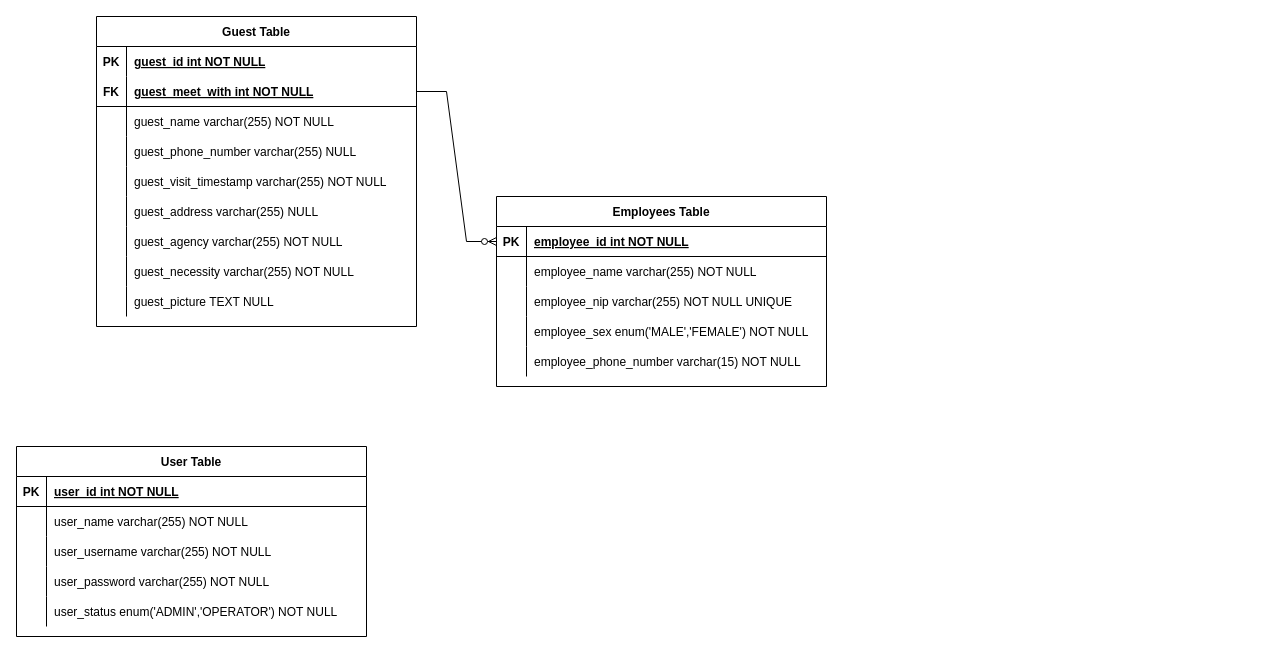
Before: app/database/Database Scheme.drawio in yafizh/BPTP-Guest-Book, a draw.io diagram. Source tidied: cells renumbered, new cells numbered last; positions are measured from the earlier drawing's top-left corner, leaving out a move shared by most shapes. Both pictures are drawn from the tidied source at 100%, with x=0, y=0 at pixel (16, 16).
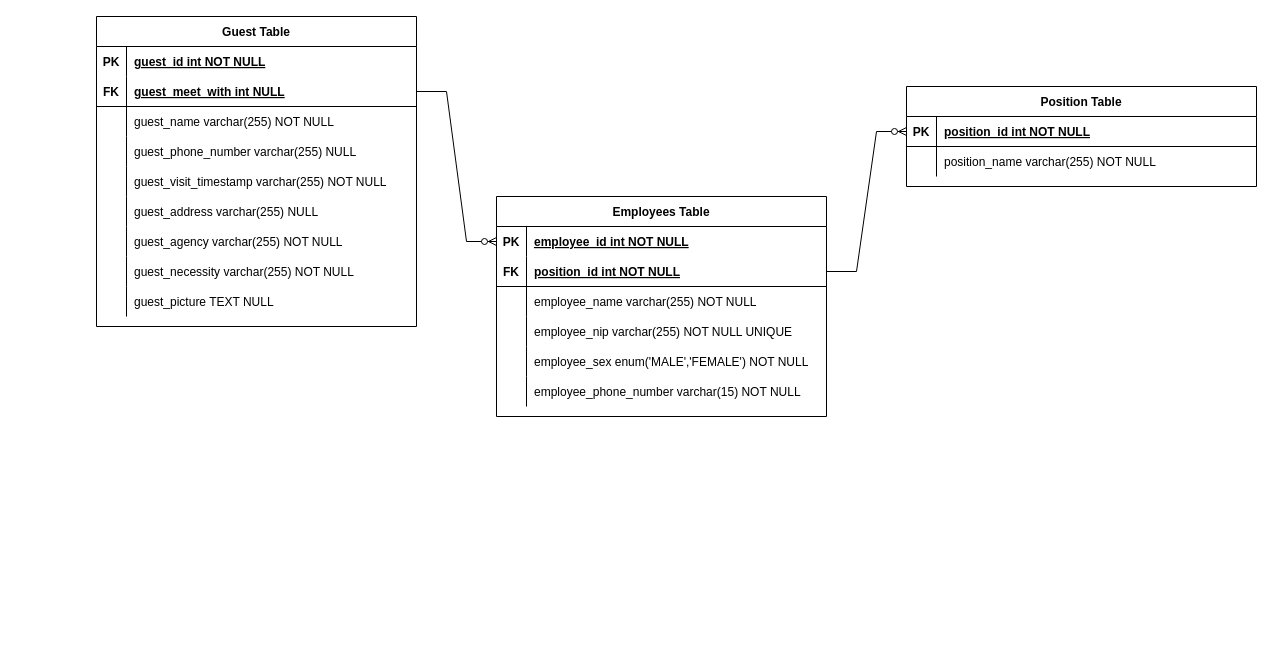
The same diagram, later.

Commit message (it also covers changes not shown here):
change database schema and adjusing form

Unchanged cells that the change refers to:
```xml
<mxCell id="6" style="shape=partialRectangle;fillColor=none;points=[[0,0.5],[1,0.5]];portConstraint=eastwest;top=0;left=0;right=0;bottom=1;" parent="2" vertex="1">
  <mxGeometry y="60" width="320" height="30" as="geometry" />
</mxCell>
```

The edit, as a diff of the source:
```diff
@@
-    <mxCell id="8" value="guest_meet_with int NOT NULL " style="shape=partialRectangle;overflow=hidden;fillColor=none;top=0;left=0;bottom=0;right=0;align=left;spacingLeft=6;fontStyle=5;" parent="6" vertex="1">
+    <mxCell id="8" value="guest_meet_with int NULL " style="shape=partialRectangle;overflow=hidden;fillColor=none;top=0;left=0;bottom=0;right=0;align=left;spacingLeft=6;fontStyle=5;" parent="6" vertex="1">
       <mxGeometry x="30" width="290" height="30" as="geometry" />
     </mxCell>
@@
     <mxCell id="30" value="Employees Table" style="shape=table;startSize=30;childLayout=tableLayout;rowLines=0;fontStyle=1;align=center;" parent="1" vertex="1">
-      <mxGeometry x="480" y="180" width="330" height="190" as="geometry" />
+      <mxGeometry x="480" y="180" width="330" height="220" as="geometry" />
     </mxCell>
-    <mxCell id="31" style="shape=partialRectangle;fillColor=none;points=[[0,0.5],[1,0.5]];portConstraint=eastwest;top=0;left=0;right=0;bottom=1;strokeColor=default;" parent="30" vertex="1">
+    <mxCell id="31" style="shape=partialRectangle;fillColor=none;points=[[0,0.5],[1,0.5]];portConstraint=eastwest;top=0;left=0;right=0;bottom=1;strokeColor=none;" parent="30" vertex="1">
       <mxGeometry y="30" width="330" height="30" as="geometry" />
     </mxCell>
@@
+    <mxCell id="63" style="shape=partialRectangle;fillColor=none;points=[[0,0.5],[1,0.5]];portConstraint=eastwest;top=0;left=0;right=0;bottom=1;strokeColor=default;" parent="30" vertex="1">
+      <mxGeometry y="60" width="330" height="30" as="geometry" />
+    </mxCell>
+    <mxCell id="64" value="FK" style="shape=partialRectangle;overflow=hidden;fillColor=none;top=0;left=0;bottom=0;right=0;fontStyle=1;" parent="63" vertex="1">
+      <mxGeometry width="30" height="30" as="geometry" />
+    </mxCell>
+    <mxCell id="65" value="position_id int NOT NULL " style="shape=partialRectangle;overflow=hidden;fillColor=none;top=0;left=0;bottom=0;right=0;align=left;spacingLeft=6;fontStyle=5;" parent="63" vertex="1">
+      <mxGeometry x="30" width="300" height="30" as="geometry" />
+    </mxCell>
     <mxCell id="34" style="shape=partialRectangle;fillColor=none;top=0;left=0;right=0;bottom=0;" parent="30" vertex="1">
-      <mxGeometry y="60" width="330" height="30" as="geometry" />
+      <mxGeometry y="90" width="330" height="30" as="geometry" />
     </mxCell>
@@
     <mxCell id="37" style="shape=partialRectangle;fillColor=none;top=0;left=0;right=0;bottom=0;" parent="30" vertex="1">
-      <mxGeometry y="90" width="330" height="30" as="geometry" />
+      <mxGeometry y="120" width="330" height="30" as="geometry" />
     </mxCell>
@@
     <mxCell id="40" style="shape=partialRectangle;fillColor=none;top=0;left=0;right=0;bottom=0;" parent="30" vertex="1">
-      <mxGeometry y="120" width="330" height="30" as="geometry" />
+      <mxGeometry y="150" width="330" height="30" as="geometry" />
     </mxCell>
@@
     <mxCell id="43" style="shape=partialRectangle;fillColor=none;top=0;left=0;right=0;bottom=0;" parent="30" vertex="1">
-      <mxGeometry y="150" width="330" height="30" as="geometry" />
+      <mxGeometry y="180" width="330" height="30" as="geometry" />
     </mxCell>
@@
-    <mxCell id="46" value="User Table" style="shape=table;startSize=30;childLayout=tableLayout;rowLines=0;fontStyle=1;align=center;" parent="1" vertex="1">
-      <mxGeometry y="430" width="350" height="190" as="geometry" />
-    </mxCell>
+    <mxCell id="62" style="edgeStyle=entityRelationEdgeStyle;fontSize=12;html=1;endArrow=ERzeroToMany;endFill=1;rounded=0;entryX=0;entryY=0.5;entryDx=0;entryDy=0;exitX=1;exitY=0.5;exitDx=0;exitDy=0;" parent="1" edge="1" source="6" target="31">
+      <mxGeometry relative="1" as="geometry" />
+    </mxCell>
+    <mxCell id="66" value="Position Table" style="shape=table;startSize=30;childLayout=tableLayout;rowLines=0;fontStyle=1;align=center;" parent="1" vertex="1">
+      <mxGeometry x="890" y="70" width="350" height="100" as="geometry" />
+    </mxCell>
-    <mxCell id="47" style="shape=partialRectangle;fillColor=none;points=[[0,0.5],[1,0.5]];portConstraint=eastwest;top=0;left=0;right=0;bottom=1;" parent="46" vertex="1">
+    <mxCell id="47" style="shape=partialRectangle;fillColor=none;points=[[0,0.5],[1,0.5]];portConstraint=eastwest;top=0;left=0;right=0;bottom=1;" parent="66" vertex="1">
       <mxGeometry y="30" width="350" height="30" as="geometry" />
     </mxCell>
@@
-    <mxCell id="49" value="user_id int NOT NULL " style="shape=partialRectangle;overflow=hidden;fillColor=none;top=0;left=0;bottom=0;right=0;align=left;spacingLeft=6;fontStyle=5;" parent="47" vertex="1">
-      <mxGeometry x="30" width="320" height="30" as="geometry" />
-    </mxCell>
+    <mxCell id="67" value="position_id int NOT NULL " style="shape=partialRectangle;overflow=hidden;fillColor=none;top=0;left=0;bottom=0;right=0;align=left;spacingLeft=6;fontStyle=5;" parent="47" vertex="1">
+      <mxGeometry x="30" width="320" height="30" as="geometry" />
+    </mxCell>
-    <mxCell id="50" style="shape=partialRectangle;fillColor=none;top=0;left=0;right=0;bottom=0;" parent="46" vertex="1">
+    <mxCell id="50" style="shape=partialRectangle;fillColor=none;top=0;left=0;right=0;bottom=0;" parent="66" vertex="1">
       <mxGeometry y="60" width="350" height="30" as="geometry" />
     </mxCell>
-    <mxCell id="51" style="shape=partialRectangle;overflow=hidden;fillColor=none;top=0;left=0;bottom=0;right=0;" parent="50" vertex="1">
-      <mxGeometry width="30" height="30" as="geometry" />
-    </mxCell>
-    <mxCell id="52" value="user_name varchar(255) NOT NULL" style="shape=partialRectangle;overflow=hidden;fillColor=none;top=0;left=0;bottom=0;right=0;align=left;spacingLeft=6;" parent="50" vertex="1">
-      <mxGeometry x="30" width="320" height="30" as="geometry" />
-    </mxCell>
-    <mxCell id="53" style="shape=partialRectangle;fillColor=none;top=0;left=0;right=0;bottom=0;" parent="46" vertex="1">
-      <mxGeometry y="90" width="350" height="30" as="geometry" />
-    </mxCell>
-    <mxCell id="54" style="shape=partialRectangle;overflow=hidden;fillColor=none;top=0;left=0;bottom=0;right=0;" parent="53" vertex="1">
-      <mxGeometry width="30" height="30" as="geometry" />
-    </mxCell>
-    <mxCell id="55" value="user_username varchar(255) NOT NULL" style="shape=partialRectangle;overflow=hidden;fillColor=none;top=0;left=0;bottom=0;right=0;align=left;spacingLeft=6;" parent="53" vertex="1">
-      <mxGeometry x="30" width="320" height="30" as="geometry" />
-    </mxCell>
-    <mxCell id="56" style="shape=partialRectangle;fillColor=none;top=0;left=0;right=0;bottom=0;" parent="46" vertex="1">
-      <mxGeometry y="120" width="350" height="30" as="geometry" />
-    </mxCell>
-    <mxCell id="57" style="shape=partialRectangle;overflow=hidden;fillColor=none;top=0;left=0;bottom=0;right=0;" parent="56" vertex="1">
-      <mxGeometry width="30" height="30" as="geometry" />
-    </mxCell>
-    <mxCell id="58" value="user_password varchar(255) NOT NULL" style="shape=partialRectangle;overflow=hidden;fillColor=none;top=0;left=0;bottom=0;right=0;align=left;spacingLeft=6;" parent="56" vertex="1">
-      <mxGeometry x="30" width="320" height="30" as="geometry" />
-    </mxCell>
-    <mxCell id="59" style="shape=partialRectangle;fillColor=none;top=0;left=0;right=0;bottom=0;" parent="46" vertex="1">
-      <mxGeometry y="150" width="350" height="30" as="geometry" />
-    </mxCell>
-    <mxCell id="60" style="shape=partialRectangle;overflow=hidden;fillColor=none;top=0;left=0;bottom=0;right=0;" parent="59" vertex="1">
-      <mxGeometry width="30" height="30" as="geometry" />
-    </mxCell>
-    <mxCell id="61" value="user_status enum('ADMIN','OPERATOR') NOT NULL" style="shape=partialRectangle;overflow=hidden;fillColor=none;top=0;left=0;bottom=0;right=0;align=left;spacingLeft=6;" parent="59" vertex="1">
-      <mxGeometry x="30" width="320" height="30" as="geometry" />
-    </mxCell>
-    <mxCell id="62" style="edgeStyle=entityRelationEdgeStyle;fontSize=12;html=1;endArrow=ERzeroToMany;endFill=1;rounded=0;entryX=0;entryY=0.5;entryDx=0;entryDy=0;exitX=1;exitY=0.5;exitDx=0;exitDy=0;" parent="1" edge="1" source="6" target="31">
-      <mxGeometry relative="1" as="geometry" />
-    </mxCell>
+    <mxCell id="68" style="shape=partialRectangle;overflow=hidden;fillColor=none;top=0;left=0;bottom=0;right=0;" parent="50" vertex="1">
+      <mxGeometry width="30" height="30" as="geometry" />
+    </mxCell>
+    <mxCell id="69" value="position_name varchar(255) NOT NULL" style="shape=partialRectangle;overflow=hidden;fillColor=none;top=0;left=0;bottom=0;right=0;align=left;spacingLeft=6;" parent="50" vertex="1">
+      <mxGeometry x="30" width="320" height="30" as="geometry" />
+    </mxCell>
+    <mxCell id="70" style="edgeStyle=entityRelationEdgeStyle;fontSize=12;html=1;endArrow=ERzeroToMany;endFill=1;rounded=0;entryX=0;entryY=0.5;entryDx=0;entryDy=0;exitX=1;exitY=0.5;exitDx=0;exitDy=0;" parent="1" edge="1" source="63" target="47">
+      <mxGeometry relative="1" as="geometry" />
+    </mxCell>
```
